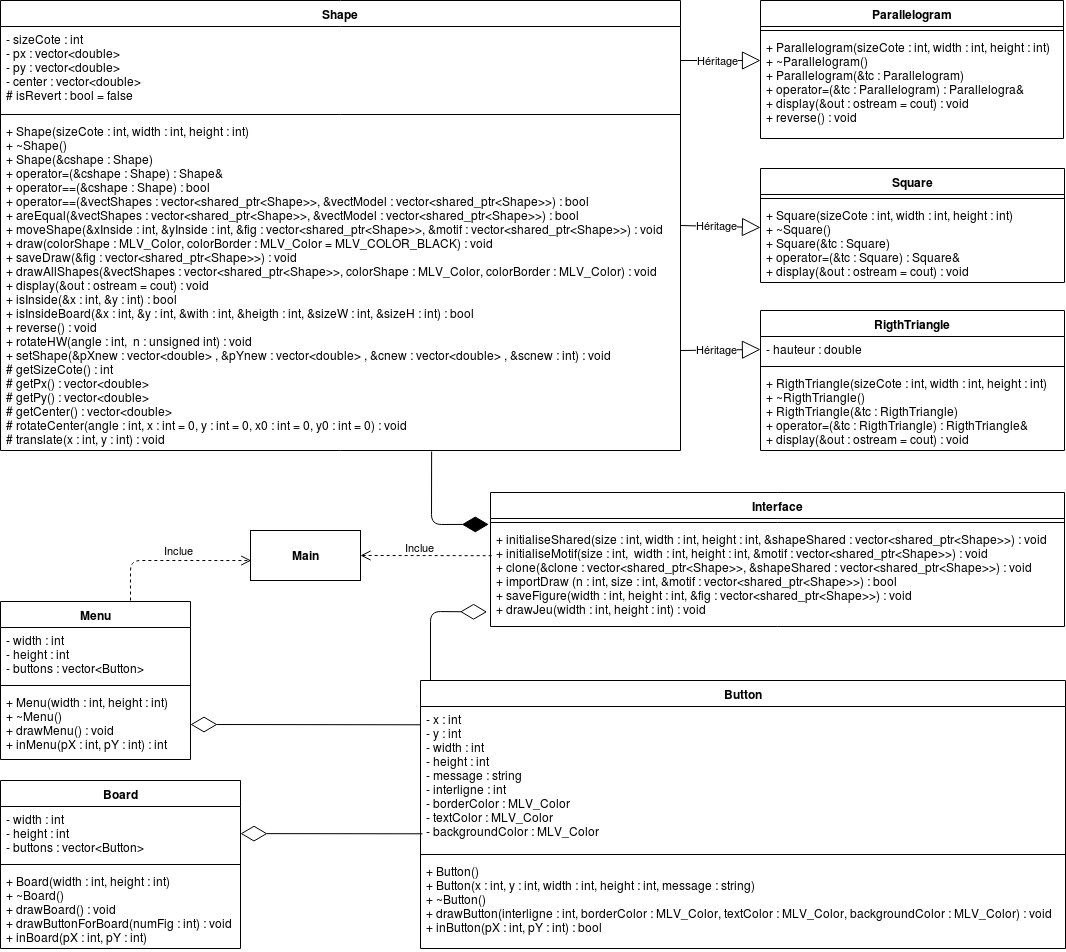
amelbenhamouda/Tangram keeps this draw.io diagram as Rendu-1/UML-Tangram.png. Above is the earlier version. Source tidied: cells renumbered, new cells last; positions are measured from the earlier drawing's top-left corner, leaving out a move shared by most shapes.
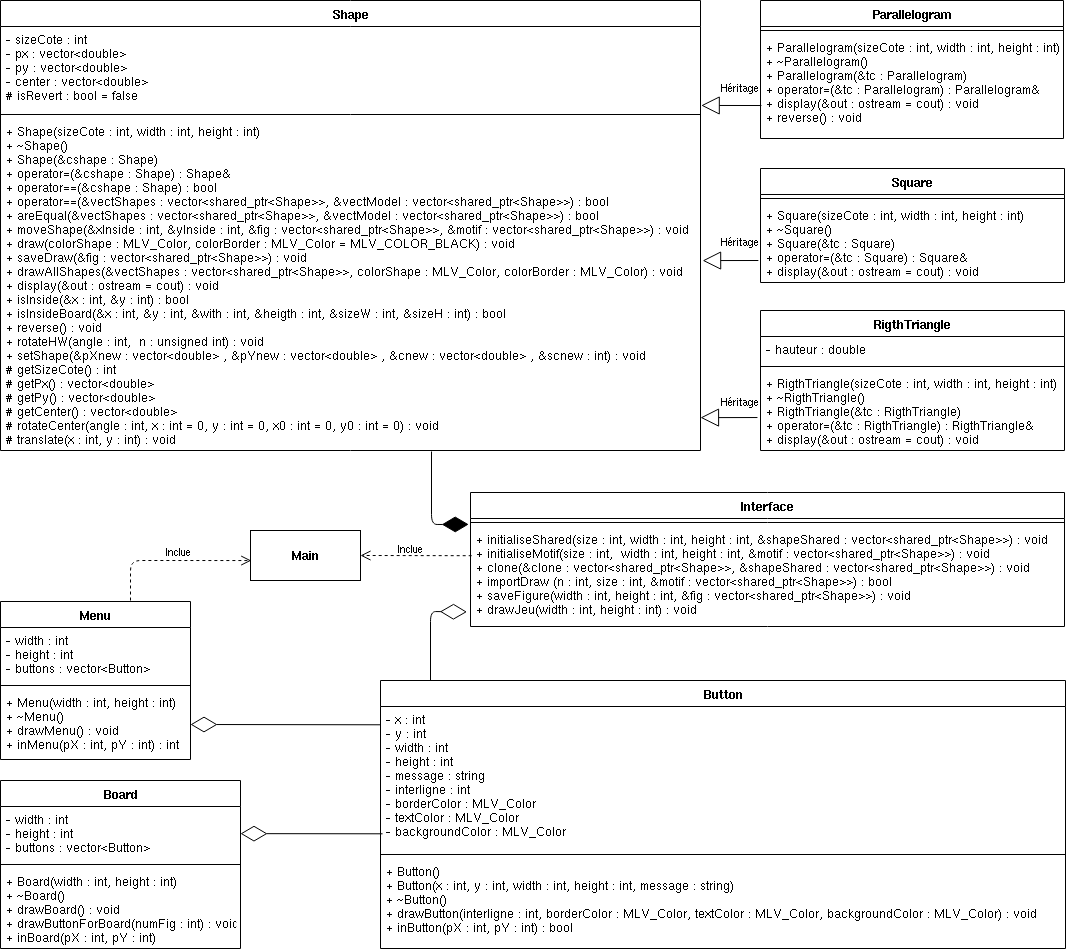
Above is the later version.

What changed in the source:
```diff
@@ -3,16 +3,16 @@
     <mxCell id="0" />
     <mxCell id="1" parent="0" />
     <mxCell id="2" value="Shape" style="swimlane;fontStyle=1;align=center;verticalAlign=top;horizontal=1;startSize=26;" parent="1" vertex="1">
-      <mxGeometry width="680" height="450" as="geometry" />
+      <mxGeometry width="700" height="450" as="geometry" />
     </mxCell>
     <mxCell id="3" value="- sizeCote : int&#10;- px : vector&lt;double&gt;&#10;- py : vector&lt;double&gt;&#10;- center : vector&lt;double&gt;&#10;# isRevert : bool = false&#10;" style="text;strokeColor=none;fillColor=none;align=left;verticalAlign=top;spacingLeft=4;spacingRight=4;overflow=hidden;points=[[0,0.5],[1,0.5]];portConstraint=eastwest;" parent="2" vertex="1">
-      <mxGeometry y="26" width="680" height="84" as="geometry" />
+      <mxGeometry y="26" width="700" height="84" as="geometry" />
     </mxCell>
     <mxCell id="4" style="line;strokeWidth=1;fillColor=none;align=left;verticalAlign=middle;spacingTop=-1;spacingLeft=3;spacingRight=3;labelPosition=right;" parent="2" vertex="1">
-      <mxGeometry y="110" width="680" height="8" as="geometry" />
+      <mxGeometry y="110" width="700" height="8" as="geometry" />
     </mxCell>
     <mxCell id="5" value="+ Shape(sizeCote : int, width : int, height : int)&#10;+ ~Shape()&#10;+ Shape(&amp;cshape : Shape)&#10;+ operator=(&amp;cshape : Shape) : Shape&amp;&#10;+ operator==(&amp;cshape : Shape) : bool&#10;+ operator==(&amp;vectShapes : vector&lt;shared_ptr&lt;Shape&gt;&gt;, &amp;vectModel : vector&lt;shared_ptr&lt;Shape&gt;&gt;) : bool&#10;+ areEqual(&amp;vectShapes : vector&lt;shared_ptr&lt;Shape&gt;&gt;, &amp;vectModel : vector&lt;shared_ptr&lt;Shape&gt;&gt;) : bool&#10;+ moveShape(&amp;xInside : int, &amp;yInside : int, &amp;fig : vector&lt;shared_ptr&lt;Shape&gt;&gt;, &amp;motif : vector&lt;shared_ptr&lt;Shape&gt;&gt;) : void&#10;+ draw(colorShape : MLV_Color, colorBorder : MLV_Color = MLV_COLOR_BLACK) : void&#10;+ saveDraw(&amp;fig : vector&lt;shared_ptr&lt;Shape&gt;&gt;) : void&#10;+ drawAllShapes(&amp;vectShapes : vector&lt;shared_ptr&lt;Shape&gt;&gt;, colorShape : MLV_Color, colorBorder : MLV_Color) : void&#10;+ display(&amp;out : ostream = cout) : void&#10;+ isInside(&amp;x : int, &amp;y : int) : bool&#10;+ isInsideBoard(&amp;x : int, &amp;y : int, &amp;with : int, &amp;heigth : int, &amp;sizeW : int, &amp;sizeH : int) : bool&#10;+ reverse() : void&#10;+ rotateHW(angle : int,  n : unsigned int) : void&#10;+ setShape(&amp;pXnew : vector&lt;double&gt; , &amp;pYnew : vector&lt;double&gt; , &amp;cnew : vector&lt;double&gt; , &amp;scnew : int) : void&#10;# getSizeCote() : int&#10;# getPx() : vector&lt;double&gt;&#10;# getPy() : vector&lt;double&gt;&#10;# getCenter() : vector&lt;double&gt;&#10;# rotateCenter(angle : int, x : int = 0, y : int = 0, x0 : int = 0, y0 : int = 0) : void&#10;# translate(x : int, y : int) : void" style="text;strokeColor=none;fillColor=none;align=left;verticalAlign=top;spacingLeft=4;spacingRight=4;overflow=hidden;points=[[0,0.5],[1,0.5]];portConstraint=eastwest;" parent="2" vertex="1">
-      <mxGeometry y="118" width="680" height="332" as="geometry" />
+      <mxGeometry y="118" width="700" height="332" as="geometry" />
     </mxCell>
     <mxCell id="6" value="RigthTriangle" style="swimlane;fontStyle=1;align=center;verticalAlign=top;horizontal=1;startSize=26;" parent="1" vertex="1">
       <mxGeometry x="760" y="310" width="304" height="140" as="geometry" />
@@ -41,17 +41,17 @@
     <mxCell id="14" style="line;strokeWidth=1;fillColor=none;align=left;verticalAlign=middle;spacingTop=-1;spacingLeft=3;spacingRight=3;labelPosition=right;" parent="13" vertex="1">
       <mxGeometry y="26" width="303" height="8" as="geometry" />
     </mxCell>
-    <mxCell id="15" value="+ Parallelogram(sizeCote : int, width : int, height : int)&#10;+ ~Parallelogram()&#10;+ Parallelogram(&amp;tc : Parallelogram)&#10;+ operator=(&amp;tc : Parallelogram) : Parallelogra&amp;&#10;+ display(&amp;out : ostream = cout) : void&#10;+ reverse() : void" style="text;strokeColor=none;fillColor=none;align=left;verticalAlign=top;spacingLeft=4;spacingRight=4;overflow=hidden;points=[[0,0.5],[1,0.5]];portConstraint=eastwest;" parent="13" vertex="1">
+    <mxCell id="15" value="+ Parallelogram(sizeCote : int, width : int, height : int)&#10;+ ~Parallelogram()&#10;+ Parallelogram(&amp;tc : Parallelogram)&#10;+ operator=(&amp;tc : Parallelogram) : Parallelogram&amp;&#10;+ display(&amp;out : ostream = cout) : void&#10;+ reverse() : void" style="text;strokeColor=none;fillColor=none;align=left;verticalAlign=top;spacingLeft=4;spacingRight=4;overflow=hidden;points=[[0,0.5],[1,0.5]];portConstraint=eastwest;" parent="13" vertex="1">
       <mxGeometry y="34" width="303" height="104" as="geometry" />
     </mxCell>
     <mxCell id="16" value="Interface" style="swimlane;fontStyle=1;align=center;verticalAlign=top;horizontal=1;startSize=26;" parent="1" vertex="1">
-      <mxGeometry x="490" y="492" width="574" height="134" as="geometry" />
+      <mxGeometry x="470" y="492" width="594" height="134" as="geometry" />
     </mxCell>
     <mxCell id="17" style="line;strokeWidth=1;fillColor=none;align=left;verticalAlign=middle;spacingTop=-1;spacingLeft=3;spacingRight=3;labelPosition=right;" parent="16" vertex="1">
-      <mxGeometry y="26" width="574" height="8" as="geometry" />
+      <mxGeometry y="26" width="594" height="8" as="geometry" />
     </mxCell>
     <mxCell id="18" value="+ initialiseShared(size : int, width : int, height : int, &amp;shapeShared : vector&lt;shared_ptr&lt;Shape&gt;&gt;) : void&#10;+ initialiseMotif(size : int,  width : int, height : int, &amp;motif : vector&lt;shared_ptr&lt;Shape&gt;&gt;) : void&#10;+ clone(&amp;clone : vector&lt;shared_ptr&lt;Shape&gt;&gt;, &amp;shapeShared : vector&lt;shared_ptr&lt;Shape&gt;&gt;) : void&#10;+ importDraw (n : int, size : int, &amp;motif : vector&lt;shared_ptr&lt;Shape&gt;&gt;) : bool&#10;+ saveFigure(width : int, height : int, &amp;fig : vector&lt;shared_ptr&lt;Shape&gt;&gt;) : void&#10;+ drawJeu(width : int, height : int) : void" style="text;strokeColor=none;fillColor=none;align=left;verticalAlign=top;spacingLeft=4;spacingRight=4;overflow=hidden;points=[[0,0.5],[1,0.5]];portConstraint=eastwest;" parent="16" vertex="1">
-      <mxGeometry y="34" width="574" height="100" as="geometry" />
+      <mxGeometry y="34" width="594" height="100" as="geometry" />
     </mxCell>
     <mxCell id="19" value="Menu" style="swimlane;fontStyle=1;align=center;verticalAlign=top;horizontal=1;startSize=26;" parent="1" vertex="1">
       <mxGeometry y="601" width="190" height="158" as="geometry" />
@@ -66,16 +66,16 @@
       <mxGeometry y="88" width="190" height="70" as="geometry" />
     </mxCell>
     <mxCell id="23" value="Button" style="swimlane;fontStyle=1;align=center;verticalAlign=top;horizontal=1;startSize=26;" parent="1" vertex="1">
-      <mxGeometry x="420" y="680" width="645" height="268" as="geometry" />
+      <mxGeometry x="380" y="680" width="685" height="268" as="geometry" />
     </mxCell>
     <mxCell id="24" value="- x : int&#10;- y : int&#10;- width : int&#10;- height : int&#10;- message : string&#10;- interligne : int&#10;- borderColor : MLV_Color&#10;- textColor : MLV_Color&#10;- backgroundColor : MLV_Color" style="text;strokeColor=none;fillColor=none;align=left;verticalAlign=top;spacingLeft=4;spacingRight=4;overflow=hidden;points=[[0,0.5],[1,0.5]];portConstraint=eastwest;" parent="23" vertex="1">
-      <mxGeometry y="26" width="645" height="144" as="geometry" />
+      <mxGeometry y="26" width="685" height="144" as="geometry" />
     </mxCell>
     <mxCell id="25" style="line;strokeWidth=1;fillColor=none;align=left;verticalAlign=middle;spacingTop=-1;spacingLeft=3;spacingRight=3;labelPosition=right;" parent="23" vertex="1">
-      <mxGeometry y="170" width="645" height="8" as="geometry" />
+      <mxGeometry y="170" width="685" height="8" as="geometry" />
     </mxCell>
     <mxCell id="26" value="+ Button()&#10;+ Button(x : int, y : int, width : int, height : int, message : string)&#10;+ ~Button()&#10;+ drawButton(interligne : int, borderColor : MLV_Color, textColor : MLV_Color, backgroundColor : MLV_Color) : void&#10;+ inButton(pX : int, pY : int) : bool" style="text;strokeColor=none;fillColor=none;align=left;verticalAlign=top;spacingLeft=4;spacingRight=4;overflow=hidden;" parent="23" vertex="1">
-      <mxGeometry y="178" width="645" height="90" as="geometry" />
+      <mxGeometry y="178" width="685" height="90" as="geometry" />
     </mxCell>
     <mxCell id="27" value="Board" style="swimlane;fontStyle=1;align=center;verticalAlign=top;horizontal=1;startSize=26;" parent="1" vertex="1">
       <mxGeometry y="780" width="240" height="168" as="geometry" />
@@ -92,25 +92,15 @@
     <mxCell id="31" value="&lt;b&gt;Main&lt;/b&gt;" style="html=1;labelBackgroundColor=#ffffff;fontColor=#000000;" parent="1" vertex="1">
       <mxGeometry x="250" y="530" width="110" height="50" as="geometry" />
     </mxCell>
-    <mxCell id="32" value="Héritage" style="endArrow=block;endSize=16;endFill=0;html=1;fontColor=#000000;" parent="1" edge="1">
-      <mxGeometry x="-0.08" relative="1" as="geometry">
-        <mxPoint x="680" y="60" as="sourcePoint" />
-        <mxPoint x="760" y="60" as="targetPoint" />
-      </mxGeometry>
+    <mxCell id="32" value="Héritage" style="endArrow=block;endSize=16;endFill=0;html=1;fontColor=#000000;entryX=1.001;entryY=0.94;entryDx=0;entryDy=0;entryPerimeter=0;exitX=0.003;exitY=0.683;exitDx=0;exitDy=0;exitPerimeter=0;" parent="1" edge="1" source="15" target="3">
+      <mxGeometry x="-0.3" y="-19" relative="1" as="geometry" />
     </mxCell>
-    <mxCell id="33" value="Héritage" style="endArrow=block;endSize=16;endFill=0;html=1;fontColor=#000000;" parent="1" edge="1">
-      <mxGeometry x="-0.08" relative="1" as="geometry">
-        <mxPoint x="680" y="225" as="sourcePoint" />
-        <mxPoint x="760" y="227" as="targetPoint" />
-      </mxGeometry>
+    <mxCell id="33" value="Héritage" style="endArrow=block;endSize=16;endFill=0;html=1;fontColor=#000000;exitX=-0.007;exitY=0.725;exitDx=0;exitDy=0;exitPerimeter=0;entryX=1.003;entryY=0.428;entryDx=0;entryDy=0;entryPerimeter=0;" parent="1" edge="1" source="12" target="5">
+      <mxGeometry x="-0.36" y="-20" relative="1" as="geometry" />
     </mxCell>
-    <mxCell id="34" value="Héritage" style="endArrow=block;endSize=16;endFill=0;html=1;fontColor=#000000;entryX=0;entryY=0.5;entryDx=0;entryDy=0;" parent="1" edge="1" target="7">
-      <mxGeometry x="-0.08" relative="1" as="geometry">
-        <mxPoint x="680" y="350" as="sourcePoint" />
-      </mxGeometry>
-    </mxCell>
-    <mxCell id="35" style="endArrow=diamondThin;endFill=1;endSize=24;html=1;fontColor=#000000;entryX=-0.003;entryY=-0.021;entryDx=0;entryDy=0;entryPerimeter=0;exitX=0.634;exitY=1.003;exitDx=0;exitDy=0;exitPerimeter=0;" parent="1" edge="1" source="5" target="18">
+    <mxCell id="35" style="endArrow=diamondThin;endFill=1;endSize=24;html=1;fontColor=#000000;entryX=-0.003;entryY=-0.021;entryDx=0;entryDy=0;entryPerimeter=0;" parent="1" edge="1" target="18">
       <mxGeometry relative="1" as="geometry">
+        <mxPoint x="431" y="451" as="sourcePoint" />
         <Array as="points">
           <mxPoint x="431" y="524" />
         </Array>
@@ -141,5 +131,11 @@
         </Array>
       </mxGeometry>
     </mxCell>
+    <mxCell id="34" value="Héritage" style="endArrow=block;endSize=16;endFill=0;html=1;fontColor=#000000;entryX=1;entryY=0.901;entryDx=0;entryDy=0;exitX=-0.01;exitY=0.588;exitDx=0;exitDy=0;exitPerimeter=0;entryPerimeter=0;" parent="1" edge="1">
+      <mxGeometry x="-0.41" y="-17" relative="1" as="geometry">
+        <mxPoint x="757" y="417" as="sourcePoint" />
+        <mxPoint x="700" y="417.1" as="targetPoint" />
+      </mxGeometry>
+    </mxCell>
   </root>
 </mxGraphModel>
```
